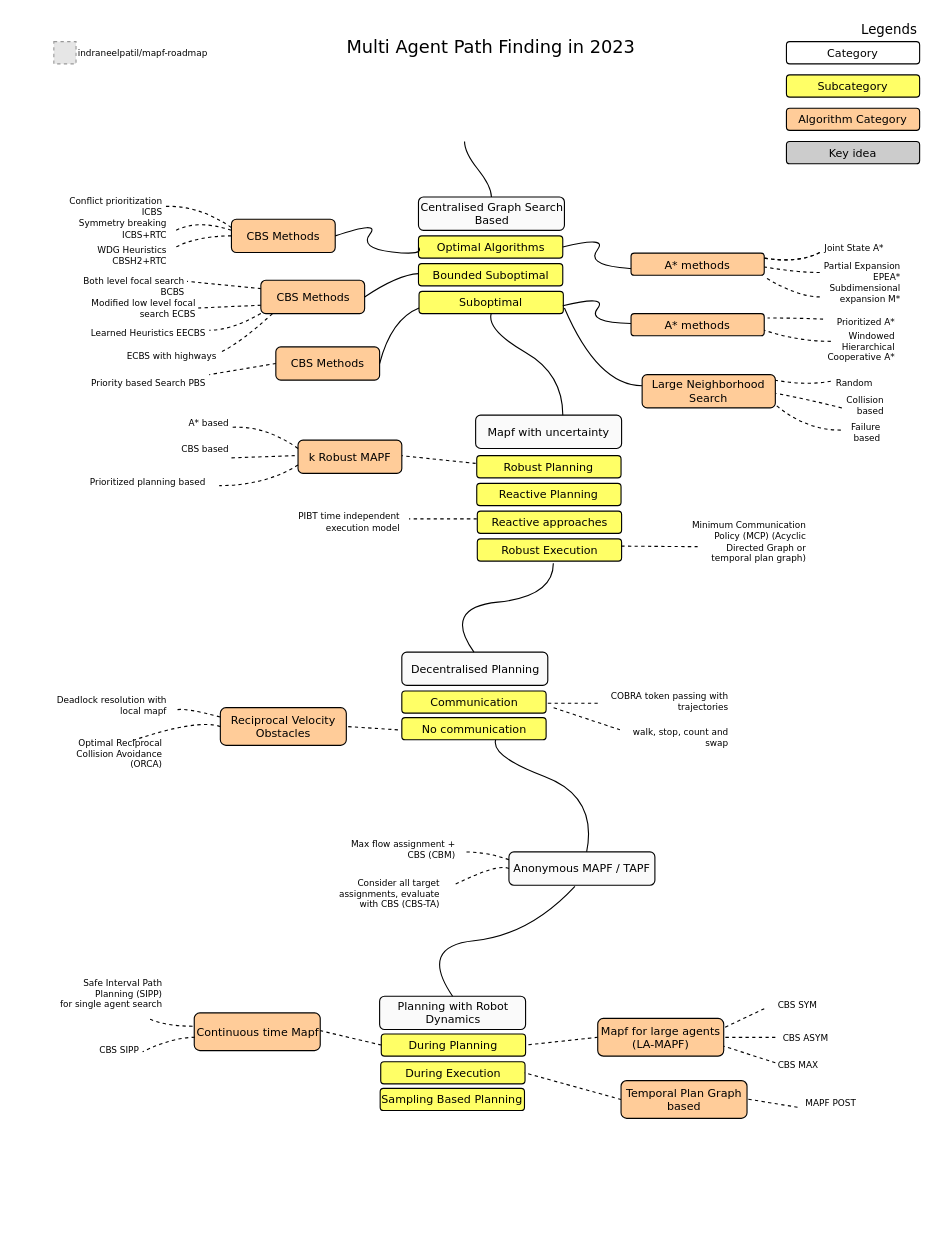
Before: roadmap.drawio in indraneelpatil/mapf-roadmap, a draw.io diagram. Source tidied: cells renumbered, new cells numbered last; positions are measured from the earlier drawing's top-left corner, leaving out a move shared by most shapes. Both pictures are drawn from the tidied source at 111%, with x=0, y=0 at pixel (19, 19). Pictures stored in the file or linked from it are replaced by grey dashed boxes.
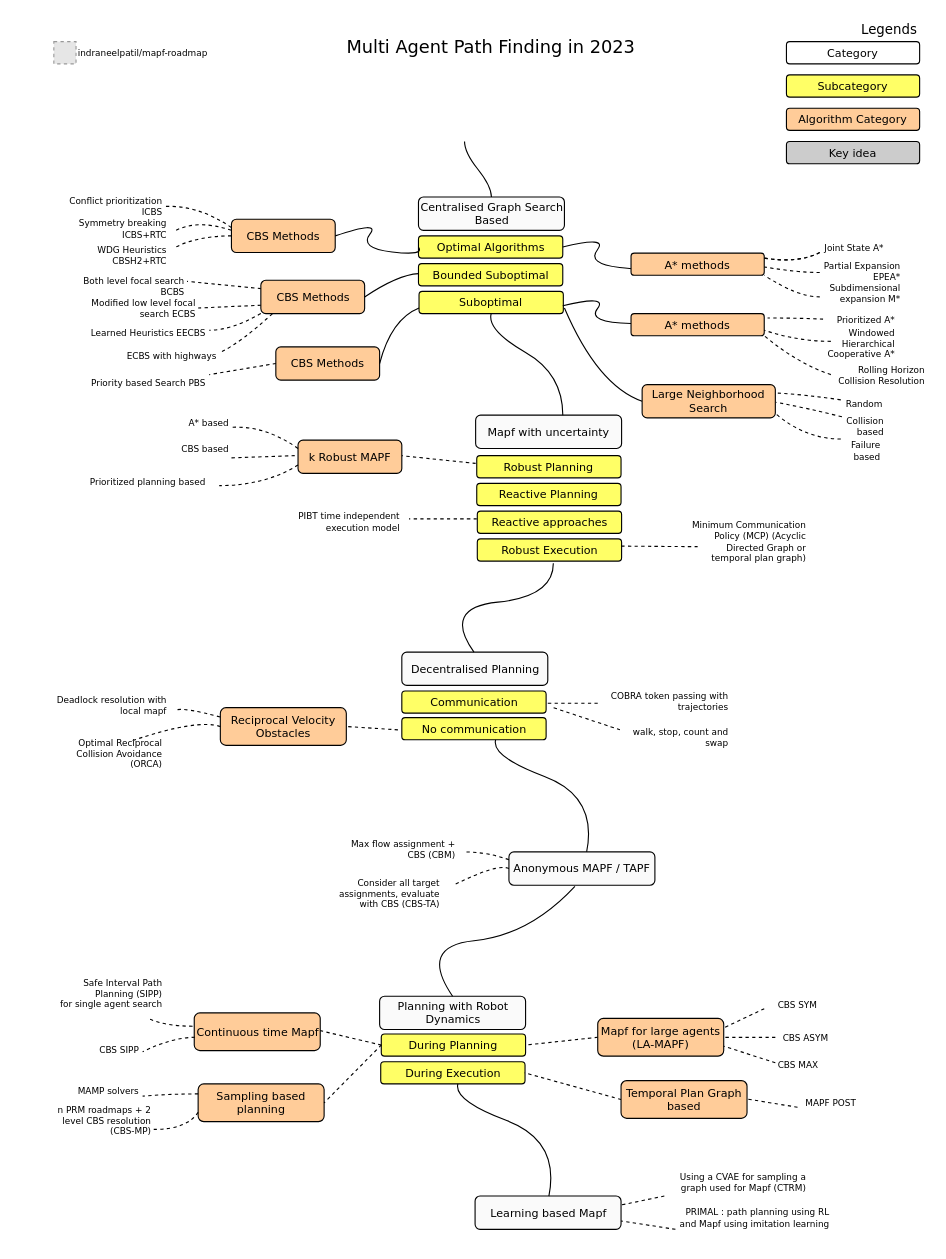
After the change.

Unchanged cells that the change refers to:
```xml
<mxCell id="16" value="A* methods" style="rounded=1;whiteSpace=wrap;html=1;comic=0;fontFamily=Verdana;fontSize=10;fillColor=#ffcc99;strokeColor=#000000;" parent="1" vertex="1">
  <mxGeometry x="551" y="210.5" width="120" height="20" as="geometry" />
</mxCell>
<mxCell id="41" value="A* methods" style="rounded=1;whiteSpace=wrap;html=1;comic=0;fontFamily=Verdana;fontSize=10;fillColor=#ffcc99;strokeColor=#000000;" parent="1" vertex="1">
  <mxGeometry x="551" y="265" width="120" height="20" as="geometry" />
</mxCell>
<mxCell id="100" value="During Planning" style="rounded=1;whiteSpace=wrap;html=1;comic=0;fontFamily=Verdana;fontSize=10;fillColor=#FFFF66;" parent="1" vertex="1">
  <mxGeometry x="326" y="914" width="130" height="20" as="geometry" />
</mxCell>
```

What changed in the source:
```diff
@@
-    <mxCell id="22" style="curved=1;endArrow=none;html=1;fontFamily=Verdana;fontSize=8;entryX=1;entryY=0.5;endFill=0;dashed=1;" parent="1" edge="1">
+    <mxCell id="22" style="curved=1;endArrow=none;html=1;fontFamily=Verdana;fontSize=8;entryX=1;entryY=1;endFill=0;dashed=1;entryDx=0;entryDy=0;" parent="1" edge="1" target="16">
       <mxGeometry relative="1" as="geometry">
         <mxPoint x="721" y="250" as="sourcePoint" />
-        <mxPoint x="671" y="232" as="targetPoint" />
         <Array as="points">
           <mxPoint x="701" y="250" />
         </Array>
       </mxGeometry>
     </mxCell>
@@
     <mxCell id="44" value="Prioritized A*" style="text;html=1;strokeColor=none;fillColor=none;align=right;verticalAlign=middle;whiteSpace=wrap;rounded=0;comic=0;fontFamily=Verdana;fontSize=8;" parent="1" vertex="1">
-      <mxGeometry x="731" y="265" width="60" height="15" as="geometry" />
+      <mxGeometry x="731" y="263" width="60" height="15" as="geometry" />
     </mxCell>
@@
     <mxCell id="47" value="Windowed Hierarchical Cooperative A*" style="text;html=1;strokeColor=none;fillColor=none;align=right;verticalAlign=middle;whiteSpace=wrap;rounded=0;comic=0;fontFamily=Verdana;fontSize=8;" parent="1" vertex="1">
-      <mxGeometry x="711" y="287" width="80" height="15" as="geometry" />
+      <mxGeometry x="711" y="285" width="80" height="15" as="geometry" />
     </mxCell>
@@
-    <mxCell id="53" style="curved=1;endArrow=none;html=1;fontFamily=Verdana;fontSize=10;endFill=0;" parent="1" edge="1">
+    <mxCell id="53" style="curved=1;endArrow=none;html=1;fontFamily=Verdana;fontSize=10;endFill=0;exitX=0;exitY=0.5;exitDx=0;exitDy=0;" parent="1" edge="1" source="54">
       <mxGeometry relative="1" as="geometry">
-        <mxPoint x="561" y="330" as="sourcePoint" />
         <mxPoint x="491" y="260" as="targetPoint" />
         <Array as="points">
           <mxPoint x="521" y="330" />
         </Array>
       </mxGeometry>
     </mxCell>
     <mxCell id="54" value="Large Neighborhood Search" style="rounded=1;whiteSpace=wrap;html=1;comic=0;fontFamily=Verdana;fontSize=10;fillColor=#ffcc99;strokeColor=#000000;" parent="1" vertex="1">
-      <mxGeometry x="561" y="320" width="120" height="30" as="geometry" />
+      <mxGeometry x="561" y="329" width="120" height="30" as="geometry" />
     </mxCell>
-    <mxCell id="55" style="curved=1;endArrow=none;html=1;fontFamily=Verdana;fontSize=8;entryX=1;entryY=0.5;endFill=0;dashed=1;" parent="1" edge="1">
+    <mxCell id="55" style="curved=1;endArrow=none;html=1;fontFamily=Verdana;fontSize=8;entryX=1;entryY=0.25;endFill=0;dashed=1;entryDx=0;entryDy=0;exitX=0;exitY=0.25;exitDx=0;exitDy=0;" parent="1" edge="1" source="56" target="54">
       <mxGeometry relative="1" as="geometry">
-        <mxPoint x="731" y="326" as="sourcePoint" />
-        <mxPoint x="681" y="325" as="targetPoint" />
         <Array as="points">
-          <mxPoint x="708" y="330" />
+          <mxPoint x="708" y="338" />
         </Array>
       </mxGeometry>
     </mxCell>
     <mxCell id="56" value="Random" style="text;html=1;strokeColor=none;fillColor=none;align=right;verticalAlign=middle;whiteSpace=wrap;rounded=0;comic=0;fontFamily=Verdana;fontSize=8;" parent="1" vertex="1">
-      <mxGeometry x="731" y="320" width="40" height="15" as="geometry" />
+      <mxGeometry x="740" y="339" width="40" height="15" as="geometry" />
     </mxCell>
     <mxCell id="57" style="curved=1;endArrow=none;html=1;fontFamily=Verdana;fontSize=8;entryX=1;entryY=0.5;endFill=0;dashed=1;" parent="1" edge="1">
       <mxGeometry relative="1" as="geometry">
-        <mxPoint x="741" y="350" as="sourcePoint" />
-        <mxPoint x="682" y="337" as="targetPoint" />
+        <mxPoint x="741" y="358" as="sourcePoint" />
+        <mxPoint x="682" y="345" as="targetPoint" />
         <Array as="points">
-          <mxPoint x="709" y="342" />
+          <mxPoint x="709" y="350" />
         </Array>
       </mxGeometry>
     </mxCell>
     <mxCell id="58" value="Collision based" style="text;html=1;strokeColor=none;fillColor=none;align=right;verticalAlign=middle;whiteSpace=wrap;rounded=0;comic=0;fontFamily=Verdana;fontSize=8;" parent="1" vertex="1">
-      <mxGeometry x="741" y="340" width="40" height="15" as="geometry" />
+      <mxGeometry x="741" y="359" width="40" height="15" as="geometry" />
     </mxCell>
     <mxCell id="59" style="curved=1;endArrow=none;html=1;fontFamily=Verdana;fontSize=8;entryX=1;entryY=0.5;endFill=0;dashed=1;" parent="1" edge="1">
       <mxGeometry relative="1" as="geometry">
-        <mxPoint x="740" y="370" as="sourcePoint" />
-        <mxPoint x="681" y="347" as="targetPoint" />
+        <mxPoint x="740" y="378" as="sourcePoint" />
+        <mxPoint x="681" y="355" as="targetPoint" />
         <Array as="points">
-          <mxPoint x="708" y="370" />
+          <mxPoint x="708" y="378" />
         </Array>
       </mxGeometry>
     </mxCell>
     <mxCell id="60" value="Failure based" style="text;html=1;strokeColor=none;fillColor=none;align=right;verticalAlign=middle;whiteSpace=wrap;rounded=0;comic=0;fontFamily=Verdana;fontSize=8;" parent="1" vertex="1">
-      <mxGeometry x="738" y="364" width="40" height="15" as="geometry" />
+      <mxGeometry x="738" y="381" width="40" height="15" as="geometry" />
     </mxCell>
@@
-    <mxCell id="102" value="Sampling Based Planning" style="rounded=1;whiteSpace=wrap;html=1;comic=0;fontFamily=Verdana;fontSize=10;fillColor=#FFFF66;" parent="1" vertex="1">
-      <mxGeometry x="325" y="963" width="130" height="20" as="geometry" />
-    </mxCell>
@@
     <mxCell id="114" value="Safe Interval Path Planning (SIPP)&lt;br&gt;for single agent search" style="text;html=1;strokeColor=none;fillColor=none;align=right;verticalAlign=middle;whiteSpace=wrap;rounded=0;comic=0;fontFamily=Verdana;fontSize=8;" parent="1" vertex="1">
-      <mxGeometry x="21" y="870" width="110" height="15" as="geometry" />
+      <mxGeometry x="31" y="870" width="100" height="15" as="geometry" />
     </mxCell>
@@
+    <mxCell id="121" value="Sampling based planning" style="rounded=1;whiteSpace=wrap;html=1;comic=0;fontFamily=Verdana;fontSize=10;fillColor=#ffcc99;strokeColor=#000000;" parent="1" vertex="1">
+      <mxGeometry x="161" y="959" width="113.5" height="34" as="geometry" />
+    </mxCell>
+    <mxCell id="122" style="curved=1;endArrow=none;html=1;fontFamily=Verdana;fontSize=8;endFill=0;dashed=1;entryX=1;entryY=0.5;entryDx=0;entryDy=0;exitX=0;exitY=0.5;exitDx=0;exitDy=0;" parent="1" edge="1" source="100" target="121">
+      <mxGeometry relative="1" as="geometry" />
+    </mxCell>
+    <mxCell id="123" style="curved=1;endArrow=none;html=1;fontFamily=Verdana;fontSize=8;endFill=0;dashed=1;exitX=0;exitY=0.25;exitDx=0;exitDy=0;" parent="1" edge="1">
+      <mxGeometry relative="1" as="geometry">
+        <mxPoint x="161" y="968" as="sourcePoint" />
+        <mxPoint x="111" y="970" as="targetPoint" />
+        <Array as="points">
+          <mxPoint x="136" y="968" />
+        </Array>
+      </mxGeometry>
+    </mxCell>
+    <mxCell id="124" value="MAMP solvers" style="text;html=1;strokeColor=none;fillColor=none;align=right;verticalAlign=middle;whiteSpace=wrap;rounded=0;comic=0;fontFamily=Verdana;fontSize=8;" parent="1" vertex="1">
+      <mxGeometry x="10" y="956" width="100" height="19" as="geometry" />
+    </mxCell>
+    <mxCell id="125" style="curved=1;endArrow=none;html=1;fontFamily=Verdana;fontSize=8;endFill=0;dashed=1;exitX=0;exitY=0.75;exitDx=0;exitDy=0;" parent="1" edge="1" source="121">
+      <mxGeometry relative="1" as="geometry">
+        <mxPoint x="121" y="1000" as="targetPoint" />
+        <Array as="points">
+          <mxPoint x="151" y="1000" />
+        </Array>
+      </mxGeometry>
+    </mxCell>
+    <mxCell id="126" value="n PRM roadmaps + 2 level CBS resolution (CBS-MP)" style="text;html=1;strokeColor=none;fillColor=none;align=right;verticalAlign=middle;whiteSpace=wrap;rounded=0;comic=0;fontFamily=Verdana;fontSize=8;" parent="1" vertex="1">
+      <mxGeometry x="21" y="983" width="100" height="19" as="geometry" />
+    </mxCell>
+    <mxCell id="127" value="Learning based Mapf" style="rounded=1;whiteSpace=wrap;html=1;comic=0;fontFamily=Verdana;fontSize=10;fillColor=#fafafa;" parent="1" vertex="1">
+      <mxGeometry x="410.5" y="1060" width="131.5" height="30" as="geometry" />
+    </mxCell>
+    <mxCell id="128" style="curved=1;endArrow=none;html=1;fontFamily=Verdana;fontSize=10;endFill=0;exitX=0.5;exitY=1;exitDx=0;exitDy=0;" parent="1" edge="1">
+      <mxGeometry relative="1" as="geometry">
+        <mxPoint x="395" y="959" as="sourcePoint" />
+        <mxPoint x="477" y="1060" as="targetPoint" />
+        <Array as="points">
+          <mxPoint x="391" y="974" />
+          <mxPoint x="487" y="1010" />
+        </Array>
+      </mxGeometry>
+    </mxCell>
+    <mxCell id="129" style="curved=1;endArrow=none;html=1;fontFamily=Verdana;fontSize=8;endFill=0;dashed=1;entryX=1;entryY=0.25;entryDx=0;entryDy=0;" parent="1" edge="1">
+      <mxGeometry relative="1" as="geometry">
+        <mxPoint x="581" y="1060" as="sourcePoint" />
+        <mxPoint x="542.5" y="1068" as="targetPoint" />
+      </mxGeometry>
+    </mxCell>
+    <mxCell id="130" value="Using a CVAE for sampling a graph used for Mapf (CTRM)" style="text;html=1;strokeColor=none;fillColor=none;align=right;verticalAlign=middle;whiteSpace=wrap;rounded=0;comic=0;fontFamily=Verdana;fontSize=8;" parent="1" vertex="1">
+      <mxGeometry x="591" y="1030" width="120" height="35" as="geometry" />
+    </mxCell>
+    <mxCell id="131" style="curved=1;endArrow=none;html=1;fontFamily=Verdana;fontSize=8;endFill=0;dashed=1;entryX=1;entryY=0.75;entryDx=0;entryDy=0;" parent="1" edge="1" target="127">
+      <mxGeometry relative="1" as="geometry">
+        <mxPoint x="591" y="1090" as="sourcePoint" />
+      </mxGeometry>
+    </mxCell>
+    <mxCell id="132" value="PRIMAL : path planning using RL and Mapf using imitation learning" style="text;html=1;strokeColor=none;fillColor=none;align=right;verticalAlign=middle;whiteSpace=wrap;rounded=0;comic=0;fontFamily=Verdana;fontSize=8;" parent="1" vertex="1">
+      <mxGeometry x="588.5" y="1060" width="142.5" height="40" as="geometry" />
+    </mxCell>
+    <mxCell id="133" style="curved=1;endArrow=none;html=1;fontFamily=Verdana;fontSize=8;entryX=1;entryY=1;endFill=0;dashed=1;entryDx=0;entryDy=0;" parent="1" edge="1" target="41">
+      <mxGeometry relative="1" as="geometry">
+        <mxPoint x="731" y="320" as="sourcePoint" />
+        <Array as="points">
+          <mxPoint x="701" y="310" />
+        </Array>
+      </mxGeometry>
+    </mxCell>
+    <mxCell id="134" value="Rolling Horizon Collision Resolution" style="text;html=1;strokeColor=none;fillColor=none;align=right;verticalAlign=middle;whiteSpace=wrap;rounded=0;comic=0;fontFamily=Verdana;fontSize=8;" parent="1" vertex="1">
+      <mxGeometry x="738" y="313" width="80" height="15" as="geometry" />
+    </mxCell>
```
